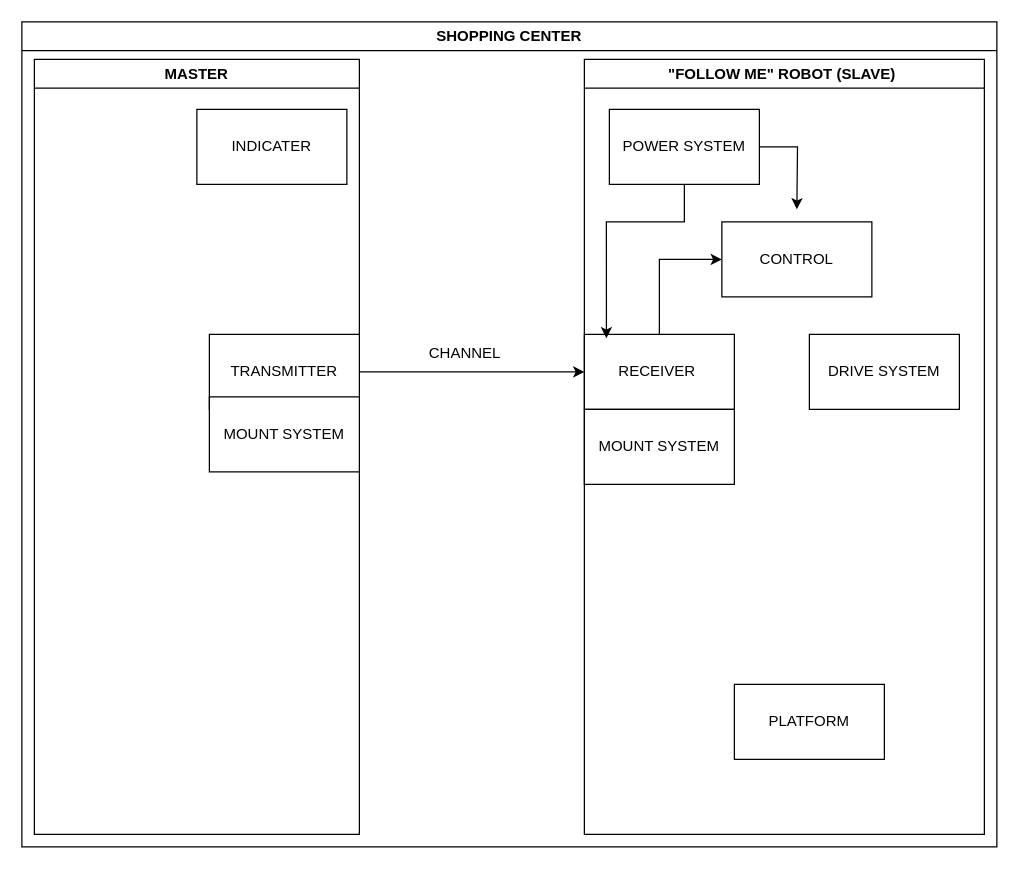
Before: diagrams/blockdiagramdesign.drawio in BowieJames/FollowMe, a draw.io diagram. Source tidied: cells renumbered, new cells numbered last; positions are measured from the earlier drawing's top-left corner, leaving out a move shared by most shapes. Both pictures are drawn from the tidied source at 125%, with x=0, y=0 at pixel (21, 21).
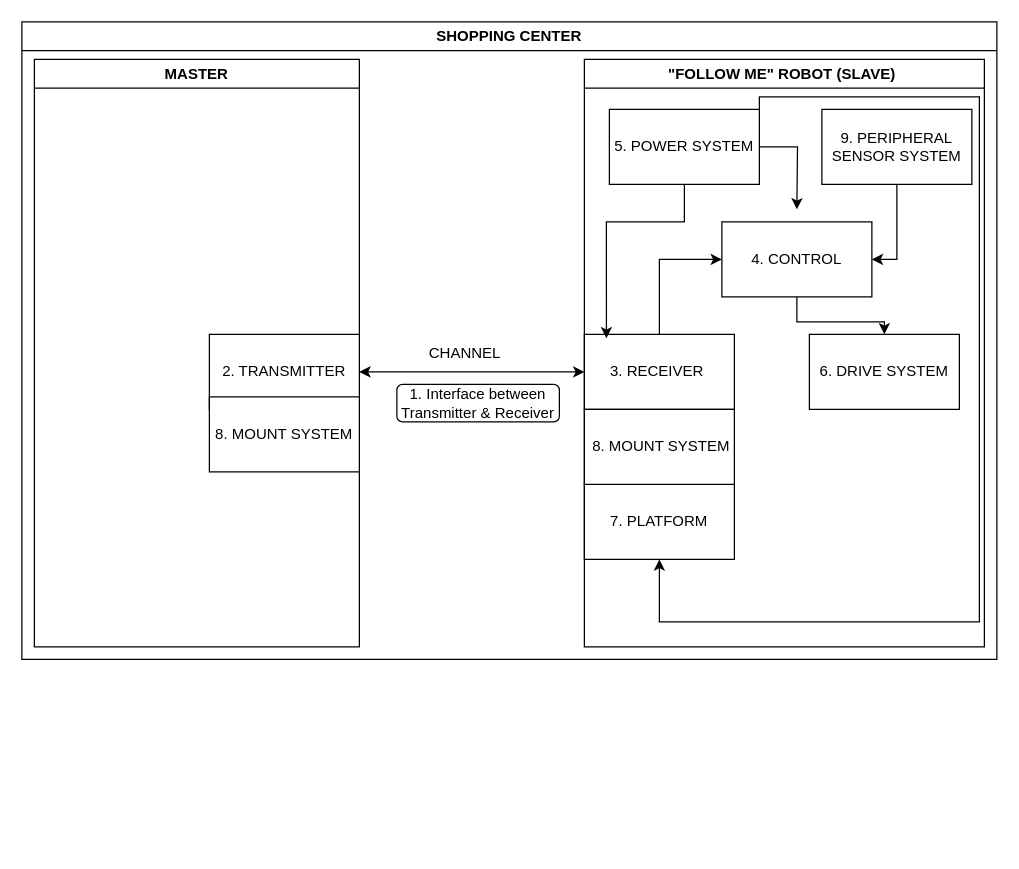
Above is the later version.

Change to the diagram source:
```diff
@@
     <mxCell id="2" value="SHOPPING CENTER" style="swimlane;whiteSpace=wrap;html=1;" parent="1" vertex="1">
-      <mxGeometry width="780" height="660" as="geometry" />
+      <mxGeometry width="780" height="510" as="geometry" />
     </mxCell>
     <mxCell id="3" value="MASTER" style="swimlane;whiteSpace=wrap;html=1;startSize=23;" parent="2" vertex="1">
-      <mxGeometry x="10" y="30" width="260" height="620" as="geometry" />
+      <mxGeometry x="10" y="30" width="260" height="470" as="geometry" />
     </mxCell>
-    <mxCell id="4" value="TRANSMITTER" style="rounded=0;whiteSpace=wrap;html=1;" parent="3" vertex="1">
+    <mxCell id="4" value="2. TRANSMITTER" style="rounded=0;whiteSpace=wrap;html=1;" parent="3" vertex="1">
       <mxGeometry x="140" y="220" width="120" height="60" as="geometry" />
     </mxCell>
-    <mxCell id="5" value="MOUNT SYSTEM" style="rounded=0;whiteSpace=wrap;html=1;" parent="3" vertex="1">
+    <mxCell id="5" value="8. MOUNT SYSTEM" style="rounded=0;whiteSpace=wrap;html=1;" parent="3" vertex="1">
       <mxGeometry x="140" y="270" width="120" height="60" as="geometry" />
     </mxCell>
-    <mxCell id="6" value="INDICATER" style="rounded=0;whiteSpace=wrap;html=1;" parent="3" vertex="1">
-      <mxGeometry x="130" y="40" width="120" height="60" as="geometry" />
-    </mxCell>
     <mxCell id="7" value="&quot;FOLLOW ME&quot; ROBOT (SLAVE)&amp;nbsp;" style="swimlane;whiteSpace=wrap;html=1;" parent="2" vertex="1">
-      <mxGeometry x="450" y="30" width="320" height="620" as="geometry" />
+      <mxGeometry x="450" y="30" width="320" height="470" as="geometry" />
     </mxCell>
@@
-    <mxCell id="9" value="RECEIVER&amp;nbsp;" style="rounded=0;whiteSpace=wrap;html=1;" parent="7" vertex="1">
+    <mxCell id="9" value="3. RECEIVER&amp;nbsp;" style="rounded=0;whiteSpace=wrap;html=1;" parent="7" vertex="1">
       <mxGeometry y="220" width="120" height="60" as="geometry" />
     </mxCell>
+    <mxCell id="19" style="edgeStyle=orthogonalEdgeStyle;rounded=0;jettySize=auto;html=1;entryX=0.5;entryY=0;entryDx=0;entryDy=0;" parent="7" edge="1" source="10" target="16">
+      <mxGeometry relative="1" as="geometry" />
+    </mxCell>
-    <mxCell id="10" value="CONTROL" style="rounded=0;whiteSpace=wrap;html=1;" parent="7" vertex="1">
+    <mxCell id="10" value="4. CONTROL" style="rounded=0;whiteSpace=wrap;html=1;" parent="7" vertex="1">
       <mxGeometry x="110" y="130" width="120" height="60" as="geometry" />
     </mxCell>
@@
+    <mxCell id="20" style="edgeStyle=orthogonalEdgeStyle;rounded=0;jettySize=auto;html=1;exitX=1;exitY=0;exitDx=0;exitDy=0;" parent="7" edge="1" source="12" target="14">
+      <mxGeometry relative="1" as="geometry">
+        <Array as="points">
+          <mxPoint x="140" y="30" />
+          <mxPoint x="316" y="30" />
+          <mxPoint x="316" y="450" />
+          <mxPoint x="60" y="450" />
+        </Array>
+      </mxGeometry>
+    </mxCell>
-    <mxCell id="12" value="POWER SYSTEM" style="rounded=0;whiteSpace=wrap;html=1;" parent="7" vertex="1">
+    <mxCell id="12" value="5. POWER SYSTEM" style="rounded=0;whiteSpace=wrap;html=1;" parent="7" vertex="1">
       <mxGeometry x="20" y="40" width="120" height="60" as="geometry" />
     </mxCell>
@@
-    <mxCell id="14" value="PLATFORM" style="rounded=0;whiteSpace=wrap;html=1;" parent="7" vertex="1">
-      <mxGeometry x="120" y="500" width="120" height="60" as="geometry" />
+    <mxCell id="14" value="7. PLATFORM" style="rounded=0;whiteSpace=wrap;html=1;" parent="7" vertex="1">
+      <mxGeometry y="340" width="120" height="60" as="geometry" />
     </mxCell>
-    <mxCell id="15" value="MOUNT SYSTEM" style="rounded=0;whiteSpace=wrap;html=1;" parent="7" vertex="1">
+    <mxCell id="15" value="&amp;nbsp;8. MOUNT SYSTEM" style="rounded=0;whiteSpace=wrap;html=1;" parent="7" vertex="1">
       <mxGeometry y="280" width="120" height="60" as="geometry" />
     </mxCell>
-    <mxCell id="16" value="DRIVE SYSTEM" style="rounded=0;whiteSpace=wrap;html=1;" parent="7" vertex="1">
+    <mxCell id="16" value="6. DRIVE SYSTEM" style="rounded=0;whiteSpace=wrap;html=1;" parent="7" vertex="1">
       <mxGeometry x="180" y="220" width="120" height="60" as="geometry" />
     </mxCell>
-    <mxCell id="17" style="endArrow=classic;html=1;rounded=0;" parent="2" edge="1">
-      <mxGeometry relative="1" as="geometry">
-        <mxPoint x="270" y="280" as="sourcePoint" />
-        <mxPoint x="450" y="280" as="targetPoint" />
-      </mxGeometry>
-    </mxCell>
+    <mxCell id="21" style="edgeStyle=orthogonalEdgeStyle;rounded=0;jettySize=auto;html=1;entryX=1;entryY=0.5;entryDx=0;entryDy=0;" parent="7" edge="1" source="22" target="10">
+      <mxGeometry relative="1" as="geometry" />
+    </mxCell>
+    <mxCell id="22" value="9. PERIPHERAL SENSOR SYSTEM" style="rounded=0;whiteSpace=wrap;html=1;" parent="7" vertex="1">
+      <mxGeometry x="190" y="40" width="120" height="60" as="geometry" />
+    </mxCell>
@@
+    <mxCell id="23" style="endArrow=classic;startArrow=classic;html=1;rounded=0;entryX=0;entryY=0.5;entryDx=0;entryDy=0;" parent="2" edge="1" target="9">
+      <mxGeometry relative="1" as="geometry">
+        <mxPoint x="270" y="280" as="sourcePoint" />
+      </mxGeometry>
+    </mxCell>
+    <mxCell id="24" value="1. Interface between Transmitter &amp;amp; Receiver" style="rounded=1;whiteSpace=wrap;html=1;" parent="2" vertex="1">
+      <mxGeometry x="300" y="290" width="130" height="30" as="geometry" />
+    </mxCell>
```
